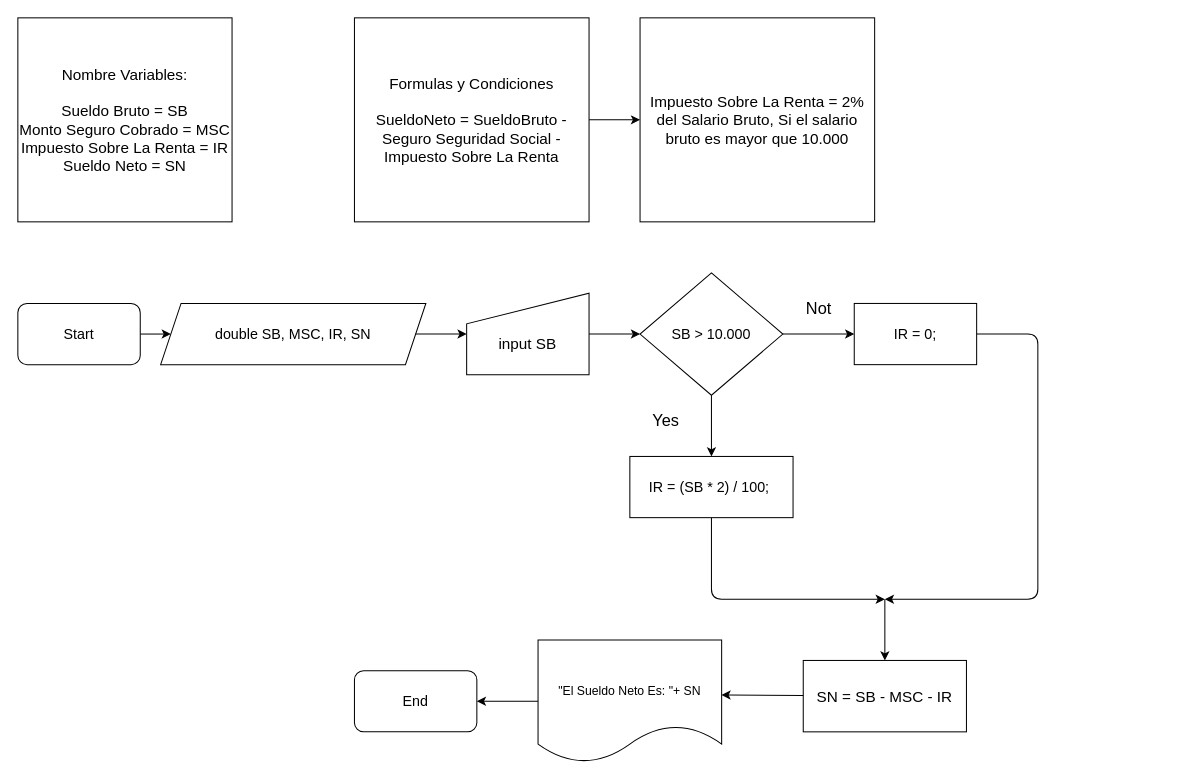
This is CalcularSueldoNeto.drawio from AnthonyLozadaAlexander/DiagramaDeFlujos, a draw.io file, before an edit. Source tidied: cells renumbered, new cells numbered last; positions are measured from the earlier drawing's top-left corner, leaving out a move shared by most shapes. Both pictures are drawn from the tidied source at 102%, with x=0, y=0 at pixel (17, 17).
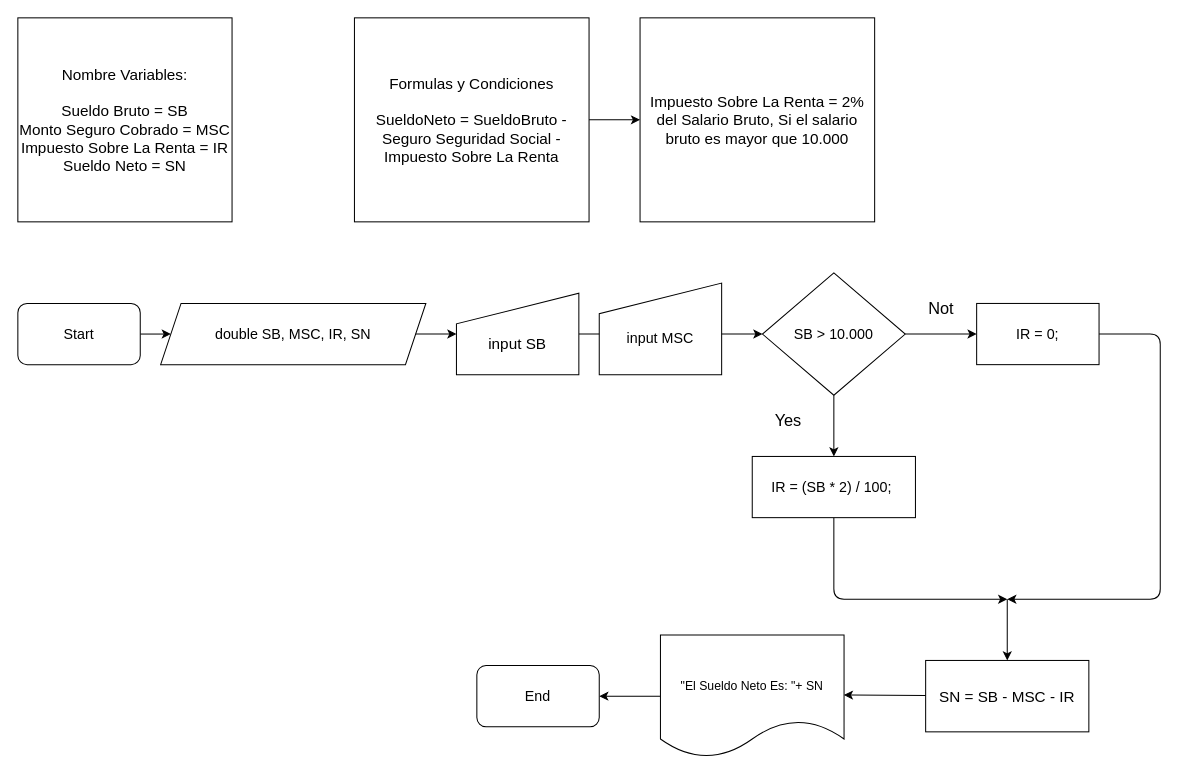
The same page after the edit.

Commit message:
Actualizar posiciones y dimensiones en el diagrama de flujo de CalcularSueldoNeto.drawio para mejorar la claridad

Diff of the diagram source:
```diff
@@
     <mxCell id="12" value="SB &amp;gt; 10.000" style="rhombus;whiteSpace=wrap;html=1;fontSize=14;" parent="1" vertex="1">
-      <mxGeometry x="610" y="250" width="140" height="120" as="geometry" />
+      <mxGeometry x="730" y="250" width="140" height="120" as="geometry" />
     </mxCell>
@@
     <mxCell id="14" value="&lt;div&gt;&lt;br&gt;&lt;/div&gt;&lt;div&gt;input SB&lt;/div&gt;" style="shape=manualInput;whiteSpace=wrap;html=1;fontSize=15;" parent="1" vertex="1">
-      <mxGeometry x="440" y="270" width="120" height="80" as="geometry" />
+      <mxGeometry x="430" y="270" width="120" height="80" as="geometry" />
     </mxCell>
     <mxCell id="15" style="edgeStyle=none;html=1;exitX=1;exitY=0.5;exitDx=0;exitDy=0;" parent="1" edge="1" source="16">
       <mxGeometry relative="1" as="geometry">
-        <mxPoint x="850" y="570" as="targetPoint" />
+        <mxPoint x="970" y="570" as="targetPoint" />
         <Array as="points">
-          <mxPoint x="1000" y="310" />
-          <mxPoint x="1000" y="440" />
-          <mxPoint x="1000" y="570" />
+          <mxPoint x="1120" y="310" />
+          <mxPoint x="1120" y="440" />
+          <mxPoint x="1120" y="570" />
         </Array>
       </mxGeometry>
     </mxCell>
     <mxCell id="16" value="IR = 0;" style="whiteSpace=wrap;html=1;fontSize=14;" parent="1" vertex="1">
-      <mxGeometry x="820" y="280" width="120" height="60" as="geometry" />
+      <mxGeometry x="940" y="280" width="120" height="60" as="geometry" />
     </mxCell>
     <mxCell id="17" style="edgeStyle=none;html=1;" parent="1" edge="1" source="18">
       <mxGeometry relative="1" as="geometry">
-        <mxPoint x="850" y="570" as="targetPoint" />
+        <mxPoint x="970" y="570" as="targetPoint" />
         <Array as="points">
-          <mxPoint x="680" y="570" />
+          <mxPoint x="800" y="570" />
         </Array>
       </mxGeometry>
     </mxCell>
     <mxCell id="18" value="IR = (SB * 2) / 100;&amp;nbsp;" style="whiteSpace=wrap;html=1;fontSize=14;" parent="1" vertex="1">
-      <mxGeometry x="600" y="430" width="160" height="60" as="geometry" />
+      <mxGeometry x="720" y="430" width="160" height="60" as="geometry" />
     </mxCell>
     <mxCell id="19" value="Yes" style="text;html=1;align=center;verticalAlign=middle;strokeColor=none;fillColor=none;fontSize=16;" parent="1" vertex="1">
-      <mxGeometry x="610" y="380" width="50" height="30" as="geometry" />
+      <mxGeometry x="730" y="380" width="50" height="30" as="geometry" />
     </mxCell>
     <mxCell id="20" value="Not" style="text;html=1;align=center;verticalAlign=middle;strokeColor=none;fillColor=none;fontSize=16;" parent="1" vertex="1">
-      <mxGeometry x="760" y="270" width="50" height="30" as="geometry" />
+      <mxGeometry x="880" y="270" width="50" height="30" as="geometry" />
     </mxCell>
     <mxCell id="21" value="SN = SB - MSC - IR" style="whiteSpace=wrap;html=1;fontSize=15;" parent="1" vertex="1">
-      <mxGeometry x="770" y="630" width="160" height="70" as="geometry" />
+      <mxGeometry x="890" y="630" width="160" height="70" as="geometry" />
     </mxCell>
     <mxCell id="22" style="edgeStyle=none;jettySize=auto;html=1;entryX=0.5;entryY=0;entryDx=0;entryDy=0;" parent="1" edge="1" target="21">
       <mxGeometry relative="1" as="geometry">
-        <mxPoint x="850" y="570" as="sourcePoint" />
+        <mxPoint x="970" y="570" as="sourcePoint" />
       </mxGeometry>
     </mxCell>
@@
     <mxCell id="24" value="&lt;div&gt;&lt;br&gt;&lt;/div&gt;&quot;El Sueldo Neto Es: &quot;+ SN" style="shape=document;whiteSpace=wrap;html=1;boundedLbl=1;" parent="1" vertex="1">
-      <mxGeometry x="510" y="610" width="180" height="120" as="geometry" />
+      <mxGeometry x="630" y="605" width="180" height="120" as="geometry" />
     </mxCell>
-    <mxCell id="25" style="edgeStyle=none;html=1;entryX=0.999;entryY=0.449;entryDx=0;entryDy=0;entryPerimeter=0;" parent="1" edge="1" source="21" target="24">
-      <mxGeometry relative="1" as="geometry" />
+    <mxCell id="25" style="edgeStyle=none;html=1;entryX=0.999;entryY=0.449;entryDx=0;entryDy=0;entryPerimeter=0;" parent="1" edge="1" source="21">
+      <mxGeometry relative="1" as="geometry">
+        <mxPoint x="809.8" y="663.9" as="targetPoint" />
+      </mxGeometry>
     </mxCell>
     <mxCell id="26" value="End" style="rounded=1;whiteSpace=wrap;html=1;fontSize=14;" parent="1" vertex="1">
-      <mxGeometry x="330" y="640" width="120" height="60" as="geometry" />
+      <mxGeometry x="450" y="635" width="120" height="60" as="geometry" />
     </mxCell>
+    <mxCell id="27" value="&lt;div&gt;&lt;br&gt;&lt;/div&gt;&lt;div&gt;input MSC&lt;/div&gt;" style="shape=manualInput;whiteSpace=wrap;html=1;fontSize=14;" parent="1" vertex="1">
+      <mxGeometry x="570" y="260" width="120" height="90" as="geometry" />
+    </mxCell>
```
